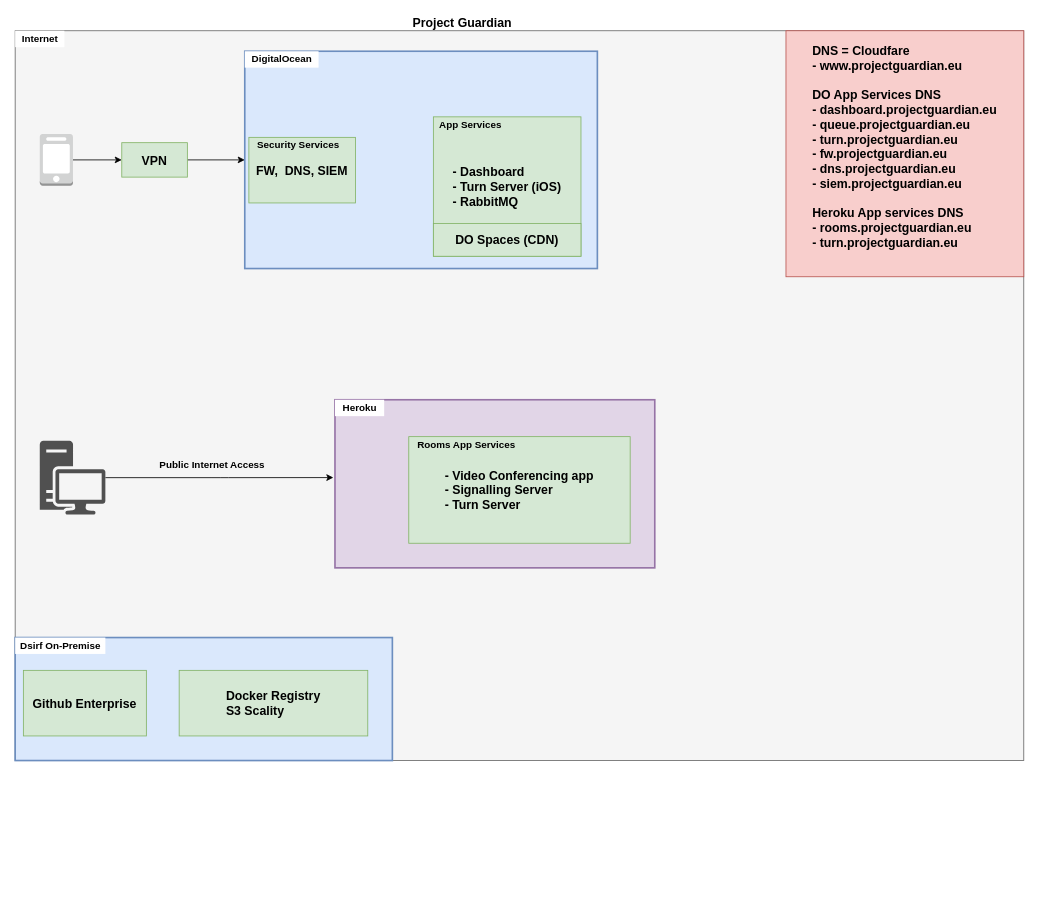
Above: project-guardian.drawio in Enekui/draw (draw.io), before the change. Source tidied: cells renumbered, new cells numbered last; positions are measured from the earlier drawing's top-left corner, leaving out a move shared by most shapes. Both pictures are drawn from the tidied source at 82%, with x=0, y=0 at pixel (15, 14).
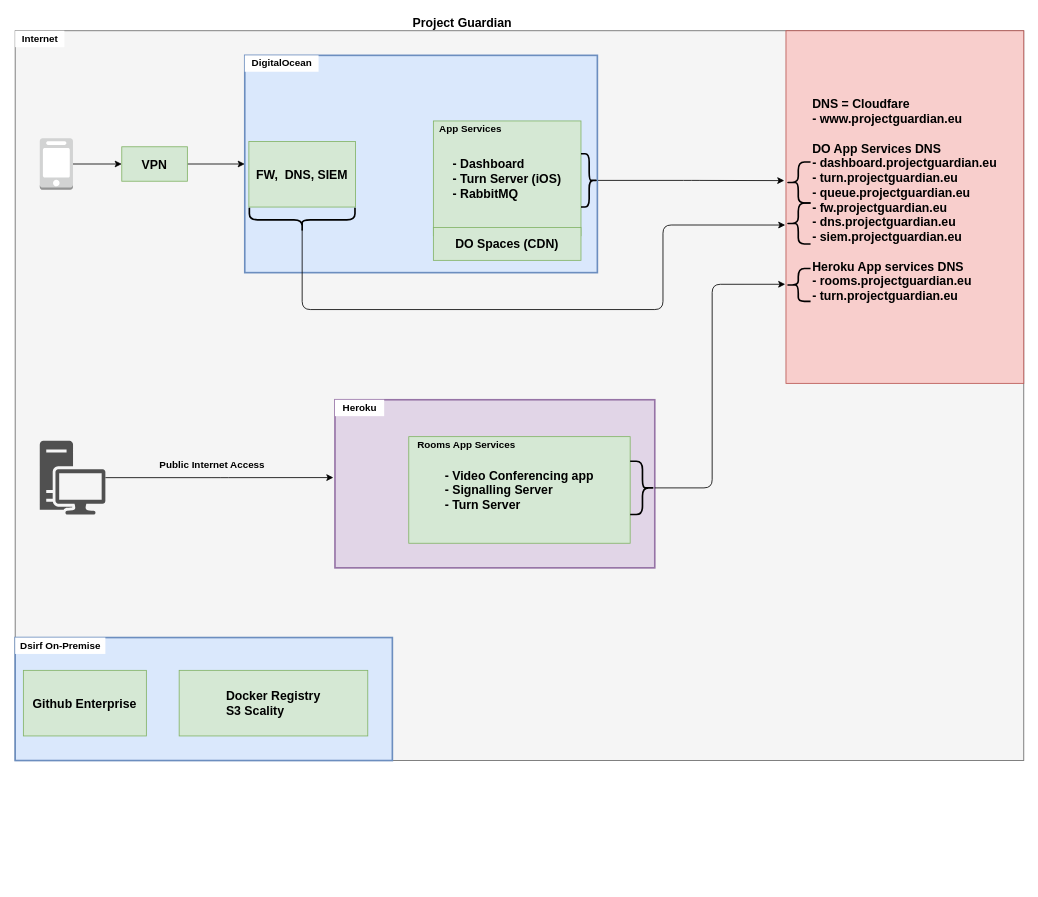
After the change.

Commit message:
defined dns waypoints.

Unchanged cells that the change refers to:
```xml
<mxCell id="11" style="group;" parent="1" vertex="1">
  <mxGeometry x="390" y="470" width="390" height="215" as="geometry" />
</mxCell>
```

What changed in the source:
```diff
@@
     <mxCell id="5" style="outlineConnect=0;dashed=0;verticalLabelPosition=bottom;verticalAlign=top;align=center;html=1;shape=mxgraph.aws3.mobile_client;fillColor=#D2D3D3;gradientColor=none;" parent="1" vertex="1">
-      <mxGeometry x="30" y="146" width="40.5" height="63" as="geometry" />
+      <mxGeometry x="30" y="151" width="40.5" height="63" as="geometry" />
     </mxCell>
@@
     <mxCell id="7" value="&lt;font style=&quot;font-size: 15px&quot;&gt;VPN&lt;/font&gt;" style="rounded=0;whiteSpace=wrap;html=1;fontStyle=1;fillColor=#d5e8d4;strokeColor=#82b366;" parent="1" vertex="1">
-      <mxGeometry x="130" y="156.5" width="80" height="42" as="geometry" />
+      <mxGeometry x="130" y="161.5" width="80" height="42" as="geometry" />
     </mxCell>
@@
+    <mxCell id="32" style="shape=curlyBracket;whiteSpace=wrap;html=1;rounded=1;strokeWidth=2;fillColor=#ffffff;rotation=-180;" parent="11" vertex="1">
+      <mxGeometry x="360" y="75" width="30" height="65" as="geometry" />
+    </mxCell>
-    <mxCell id="17" value="&lt;div style=&quot;text-align: justify&quot;&gt;&lt;b&gt;&lt;font style=&quot;font-size: 15px&quot;&gt;DNS = Cloudfare&lt;/font&gt;&lt;/b&gt;&lt;/div&gt;&lt;div style=&quot;text-align: justify&quot;&gt;&lt;b&gt;&lt;font&gt;&lt;span style=&quot;font-size: 15px&quot;&gt;- www.projectguardian.eu&lt;/span&gt;&lt;/font&gt;&lt;/b&gt;&lt;/div&gt;&lt;div style=&quot;text-align: justify&quot;&gt;&lt;b&gt;&lt;font&gt;&lt;span style=&quot;font-size: 15px&quot;&gt;&lt;br&gt;&lt;/span&gt;&lt;/font&gt;&lt;/b&gt;&lt;/div&gt;&lt;div style=&quot;text-align: justify&quot;&gt;&lt;b&gt;&lt;font&gt;&lt;span style=&quot;font-size: 15px&quot;&gt;DO App Services DNS&lt;/span&gt;&lt;/font&gt;&lt;/b&gt;&lt;/div&gt;&lt;div style=&quot;text-align: justify&quot;&gt;&lt;b&gt;&lt;font&gt;&lt;span style=&quot;font-size: 15px&quot;&gt;- dashboard.projectguardian.eu&lt;/span&gt;&lt;/font&gt;&lt;/b&gt;&lt;/div&gt;&lt;div style=&quot;text-align: justify&quot;&gt;&lt;b&gt;&lt;font&gt;&lt;span style=&quot;font-size: 15px&quot;&gt;- queue.projectguardian.eu&lt;/span&gt;&lt;/font&gt;&lt;/b&gt;&lt;/div&gt;&lt;div style=&quot;text-align: justify&quot;&gt;&lt;b&gt;&lt;font&gt;&lt;span style=&quot;font-size: 15px&quot;&gt;- turn.projectguardian.eu&lt;/span&gt;&lt;/font&gt;&lt;/b&gt;&lt;/div&gt;&lt;div style=&quot;text-align: justify&quot;&gt;&lt;span style=&quot;font-size: 15px&quot;&gt;&lt;b&gt;- fw.projectguardian.eu&lt;/b&gt;&lt;/span&gt;&lt;/div&gt;&lt;div style=&quot;text-align: justify&quot;&gt;&lt;span style=&quot;font-size: 15px&quot;&gt;&lt;b&gt;- dns.projectguardian.eu&lt;/b&gt;&lt;/span&gt;&lt;/div&gt;&lt;div style=&quot;text-align: justify&quot;&gt;&lt;span style=&quot;font-size: 15px&quot;&gt;&lt;b&gt;- siem.projectguardian.eu&lt;/b&gt;&lt;/span&gt;&lt;/div&gt;&lt;div style=&quot;text-align: justify&quot;&gt;&lt;b&gt;&lt;font&gt;&lt;span style=&quot;font-size: 15px&quot;&gt;&lt;br&gt;&lt;/span&gt;&lt;/font&gt;&lt;/b&gt;&lt;/div&gt;&lt;div style=&quot;text-align: justify&quot;&gt;&lt;b&gt;&lt;font&gt;&lt;span style=&quot;font-size: 15px&quot;&gt;Heroku App services DNS&lt;/span&gt;&lt;/font&gt;&lt;/b&gt;&lt;/div&gt;&lt;div style=&quot;text-align: justify&quot;&gt;&lt;b&gt;&lt;font&gt;&lt;span style=&quot;font-size: 15px&quot;&gt;- rooms.projectguardian.eu&lt;/span&gt;&lt;/font&gt;&lt;/b&gt;&lt;/div&gt;&lt;div style=&quot;text-align: justify&quot;&gt;&lt;div&gt;&lt;b&gt;&lt;span style=&quot;font-size: 15px&quot;&gt;- turn.projectguardian.eu&lt;/span&gt;&lt;/b&gt;&lt;/div&gt;&lt;div&gt;&lt;b&gt;&lt;span style=&quot;font-size: 15px&quot;&gt;&lt;br&gt;&lt;/span&gt;&lt;/b&gt;&lt;/div&gt;&lt;/div&gt;" style="whiteSpace=wrap;html=1;fillColor=#f8cecc;strokeColor=#b85450;" parent="1" vertex="1">
-      <mxGeometry x="940" y="20" width="290" height="300" as="geometry" />
+    <mxCell id="17" value="&lt;div style=&quot;text-align: justify&quot;&gt;&lt;b&gt;&lt;font style=&quot;font-size: 15px&quot;&gt;DNS = Cloudfare&lt;/font&gt;&lt;/b&gt;&lt;/div&gt;&lt;div style=&quot;text-align: justify&quot;&gt;&lt;b&gt;&lt;font&gt;&lt;span style=&quot;font-size: 15px&quot;&gt;- www.projectguardian.eu&lt;/span&gt;&lt;/font&gt;&lt;/b&gt;&lt;/div&gt;&lt;div style=&quot;text-align: justify&quot;&gt;&lt;b&gt;&lt;font&gt;&lt;span style=&quot;font-size: 15px&quot;&gt;&lt;br&gt;&lt;/span&gt;&lt;/font&gt;&lt;/b&gt;&lt;/div&gt;&lt;div style=&quot;text-align: justify&quot;&gt;&lt;b&gt;&lt;font&gt;&lt;span style=&quot;font-size: 15px&quot;&gt;DO App Services DNS&lt;/span&gt;&lt;/font&gt;&lt;/b&gt;&lt;/div&gt;&lt;div style=&quot;text-align: justify&quot;&gt;&lt;b&gt;&lt;font&gt;&lt;span style=&quot;font-size: 15px&quot;&gt;- dashboard.projectguardian.eu&lt;/span&gt;&lt;/font&gt;&lt;/b&gt;&lt;/div&gt;&lt;div style=&quot;text-align: justify&quot;&gt;&lt;div&gt;&lt;b&gt;&lt;span style=&quot;font-size: 15px&quot;&gt;- turn.projectguardian.eu&lt;/span&gt;&lt;/b&gt;&lt;/div&gt;&lt;/div&gt;&lt;div style=&quot;text-align: justify&quot;&gt;&lt;b&gt;&lt;font&gt;&lt;span style=&quot;font-size: 15px&quot;&gt;- queue.projectguardian.eu&lt;/span&gt;&lt;/font&gt;&lt;/b&gt;&lt;/div&gt;&lt;div style=&quot;text-align: justify&quot;&gt;&lt;b style=&quot;font-size: 15px&quot;&gt;- fw.projectguardian.eu&lt;/b&gt;&lt;br&gt;&lt;/div&gt;&lt;div style=&quot;text-align: justify&quot;&gt;&lt;span style=&quot;font-size: 15px&quot;&gt;&lt;b&gt;- dns.projectguardian.eu&lt;/b&gt;&lt;/span&gt;&lt;/div&gt;&lt;div style=&quot;text-align: justify&quot;&gt;&lt;span style=&quot;font-size: 15px&quot;&gt;&lt;b&gt;- siem.projectguardian.eu&lt;/b&gt;&lt;/span&gt;&lt;/div&gt;&lt;div style=&quot;text-align: justify&quot;&gt;&lt;b&gt;&lt;font&gt;&lt;span style=&quot;font-size: 15px&quot;&gt;&lt;br&gt;&lt;/span&gt;&lt;/font&gt;&lt;/b&gt;&lt;/div&gt;&lt;div style=&quot;text-align: justify&quot;&gt;&lt;b&gt;&lt;font&gt;&lt;span style=&quot;font-size: 15px&quot;&gt;Heroku App services DNS&lt;/span&gt;&lt;/font&gt;&lt;/b&gt;&lt;/div&gt;&lt;div style=&quot;text-align: justify&quot;&gt;&lt;b&gt;&lt;font&gt;&lt;span style=&quot;font-size: 15px&quot;&gt;- rooms.projectguardian.eu&lt;/span&gt;&lt;/font&gt;&lt;/b&gt;&lt;/div&gt;&lt;div style=&quot;text-align: justify&quot;&gt;&lt;div&gt;&lt;b&gt;&lt;span style=&quot;font-size: 15px&quot;&gt;- turn.projectguardian.eu&lt;/span&gt;&lt;/b&gt;&lt;/div&gt;&lt;div&gt;&lt;b&gt;&lt;span style=&quot;font-size: 15px&quot;&gt;&lt;br&gt;&lt;/span&gt;&lt;/b&gt;&lt;/div&gt;&lt;/div&gt;" style="whiteSpace=wrap;html=1;fillColor=#f8cecc;strokeColor=#b85450;" parent="1" vertex="1">
+      <mxGeometry x="940" y="20" width="290" height="430" as="geometry" />
     </mxCell>
@@
+    <mxCell id="26" value="Security Services" style="text;html=1;align=center;verticalAlign=middle;fontStyle=1;" parent="1" vertex="1">
+      <mxGeometry x="285" y="150" width="120" height="20" as="geometry" />
+    </mxCell>
+    <mxCell id="31" value="&lt;b&gt;&lt;font style=&quot;font-size: 15px&quot;&gt;Project Guardian&lt;/font&gt;&lt;/b&gt;" style="text;html=1;align=center;verticalAlign=middle;" parent="1" vertex="1">
+      <mxGeometry x="475" width="140" height="20" as="geometry" />
+    </mxCell>
+    <mxCell id="33" style="shape=curlyBracket;whiteSpace=wrap;html=1;rounded=1;strokeWidth=2;fillColor=#ffffff;" parent="1" vertex="1">
+      <mxGeometry x="940" y="180" width="30" height="50" as="geometry" />
+    </mxCell>
+    <mxCell id="34" style="edgeStyle=orthogonalEdgeStyle;rounded=1;jettySize=auto;html=1;entryX=-0.007;entryY=0.425;entryDx=0;entryDy=0;entryPerimeter=0;" parent="1" edge="1" source="36" target="17">
+      <mxGeometry relative="1" as="geometry" />
+    </mxCell>
+    <mxCell id="35" style="group;" parent="1" vertex="1">
+      <mxGeometry x="280" y="50" width="430" height="271.6" as="geometry" />
+    </mxCell>
-    <mxCell id="23" style="whiteSpace=wrap;html=1;strokeColor=#6c8ebf;strokeWidth=2;fillColor=#dae8fc;" parent="1" vertex="1">
-      <mxGeometry x="280" y="45" width="430" height="265" as="geometry" />
+    <mxCell id="23" style="whiteSpace=wrap;html=1;strokeColor=#6c8ebf;strokeWidth=2;fillColor=#dae8fc;" parent="35" vertex="1">
+      <mxGeometry width="430" height="265" as="geometry" />
     </mxCell>
-    <mxCell id="24" value="&lt;div style=&quot;text-align: justify&quot;&gt;&lt;b&gt;&lt;font style=&quot;font-size: 15px&quot;&gt;FW, &amp;nbsp;DNS, SIEM&lt;/font&gt;&lt;/b&gt;&lt;/div&gt;" style="whiteSpace=wrap;html=1;fillColor=#d5e8d4;strokeColor=#82b366;" parent="1" vertex="1">
-      <mxGeometry x="285" y="150" width="130" height="80" as="geometry" />
+    <mxCell id="24" value="&lt;div style=&quot;text-align: justify&quot;&gt;&lt;b&gt;&lt;font style=&quot;font-size: 15px&quot;&gt;FW, &amp;nbsp;DNS, SIEM&lt;/font&gt;&lt;/b&gt;&lt;/div&gt;" style="whiteSpace=wrap;html=1;fillColor=#d5e8d4;strokeColor=#82b366;" parent="35" vertex="1">
+      <mxGeometry x="5" y="105" width="130" height="80" as="geometry" />
     </mxCell>
-    <mxCell id="25" value="DigitalOcean" style="text;html=1;align=center;verticalAlign=middle;fontStyle=1;fillColor=#ffffff;" parent="1" vertex="1">
-      <mxGeometry x="280" y="45" width="90" height="20" as="geometry" />
+    <mxCell id="25" value="DigitalOcean" style="text;html=1;align=center;verticalAlign=middle;fontStyle=1;fillColor=#ffffff;" parent="35" vertex="1">
+      <mxGeometry width="90" height="20" as="geometry" />
     </mxCell>
-    <mxCell id="26" value="Security Services" style="text;html=1;align=center;verticalAlign=middle;fontStyle=1;" parent="1" vertex="1">
-      <mxGeometry x="285" y="150" width="120" height="20" as="geometry" />
-    </mxCell>
-    <mxCell id="27" style="group;" parent="1" vertex="1">
-      <mxGeometry x="510" y="125" width="180" height="170" as="geometry" />
+    <mxCell id="27" style="group;" parent="35" vertex="1">
+      <mxGeometry x="230" y="80" width="180" height="170" as="geometry" />
     </mxCell>
     <mxCell id="28" value="&lt;div style=&quot;text-align: justify&quot;&gt;&lt;span style=&quot;font-size: 15px&quot;&gt;&lt;b&gt;- Dashboard&lt;/b&gt;&lt;/span&gt;&lt;/div&gt;&lt;div style=&quot;text-align: justify&quot;&gt;&lt;span style=&quot;font-size: 15px&quot;&gt;&lt;b&gt;- Turn Server (iOS)&lt;/b&gt;&lt;/span&gt;&lt;/div&gt;&lt;div style=&quot;text-align: justify&quot;&gt;&lt;span style=&quot;font-size: 15px&quot;&gt;&lt;b&gt;- RabbitMQ&lt;/b&gt;&lt;/span&gt;&lt;/div&gt;" style="whiteSpace=wrap;html=1;fillColor=#d5e8d4;strokeColor=#82b366;" parent="27" vertex="1">
-      <mxGeometry width="180" height="170" as="geometry" />
+      <mxGeometry width="180" height="140" as="geometry" />
     </mxCell>
@@
-    <mxCell id="31" value="&lt;b&gt;&lt;font style=&quot;font-size: 15px&quot;&gt;Project Guardian&lt;/font&gt;&lt;/b&gt;" style="text;html=1;align=center;verticalAlign=middle;" parent="1" vertex="1">
-      <mxGeometry x="475" width="140" height="20" as="geometry" />
-    </mxCell>
+    <mxCell id="36" style="shape=curlyBracket;whiteSpace=wrap;html=1;rounded=1;strokeWidth=2;fillColor=#ffffff;rotation=-180;" parent="35" vertex="1">
+      <mxGeometry x="410" y="120" width="20" height="65" as="geometry" />
+    </mxCell>
+    <mxCell id="37" style="shape=curlyBracket;whiteSpace=wrap;html=1;rounded=1;strokeWidth=2;fillColor=#ffffff;rotation=-90;" parent="35" vertex="1">
+      <mxGeometry x="55.3" y="136.2" width="29.4" height="128.8" as="geometry" />
+    </mxCell>
+    <mxCell id="38" style="shape=curlyBracket;whiteSpace=wrap;html=1;rounded=1;strokeWidth=2;fillColor=#ffffff;" parent="1" vertex="1">
+      <mxGeometry x="940" y="230" width="30" height="50" as="geometry" />
+    </mxCell>
+    <mxCell id="39" style="edgeStyle=orthogonalEdgeStyle;rounded=1;jettySize=auto;html=1;entryX=-0.003;entryY=0.551;entryDx=0;entryDy=0;entryPerimeter=0;exitX=0.1;exitY=0.5;exitDx=0;exitDy=0;exitPerimeter=0;fontStyle=1;" parent="1" edge="1" source="37" target="17">
+      <mxGeometry relative="1" as="geometry">
+        <Array as="points">
+          <mxPoint x="350" y="360" />
+          <mxPoint x="790" y="360" />
+          <mxPoint x="790" y="257" />
+        </Array>
+      </mxGeometry>
+    </mxCell>
+    <mxCell id="40" style="shape=curlyBracket;whiteSpace=wrap;html=1;rounded=1;strokeWidth=2;fillColor=#ffffff;size=0.5;" parent="1" vertex="1">
+      <mxGeometry x="940" y="310" width="30" height="40" as="geometry" />
+    </mxCell>
+    <mxCell id="41" style="edgeStyle=orthogonalEdgeStyle;rounded=1;jettySize=auto;html=1;entryX=-0.003;entryY=0.719;entryDx=0;entryDy=0;entryPerimeter=0;" parent="1" edge="1" source="32" target="17">
+      <mxGeometry relative="1" as="geometry">
+        <Array as="points">
+          <mxPoint x="850" y="578" />
+          <mxPoint x="850" y="329" />
+        </Array>
+      </mxGeometry>
+    </mxCell>
```
